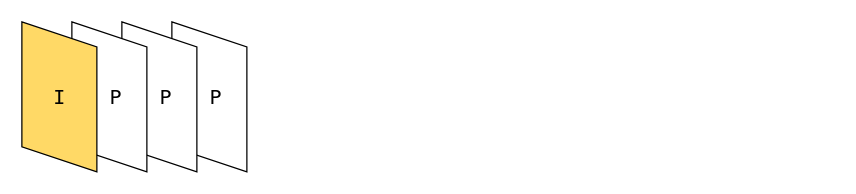
Above: XML/ISRDec.drawio in Joeyrr/draw.io (draw.io), before the change. Source tidied: cells renumbered, new cells numbered last; positions are measured from the earlier drawing's top-left corner, leaving out a move shared by most shapes. Both pictures are drawn from the tidied source at 125%, with x=0, y=0 at pixel (-16, 59).
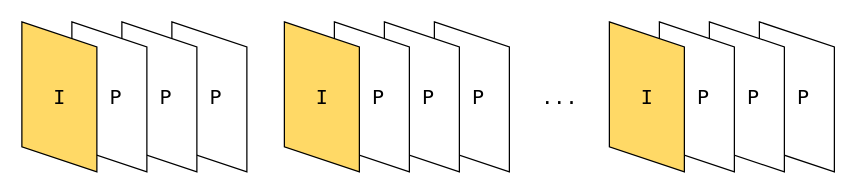
Above is the later version.

Diff of the diagram source:
```diff
@@
+    <mxCell id="10" style="shape=parallelogram;perimeter=parallelogramPerimeter;whiteSpace=wrap;html=1;fixedSize=1;rotation=90;" parent="1" vertex="1">
+      <mxGeometry x="330" width="120" height="60" as="geometry" />
+    </mxCell>
+    <mxCell id="11" style="shape=parallelogram;perimeter=parallelogramPerimeter;whiteSpace=wrap;html=1;fixedSize=1;rotation=90;" parent="1" vertex="1">
+      <mxGeometry x="290" width="120" height="60" as="geometry" />
+    </mxCell>
+    <mxCell id="12" style="shape=parallelogram;perimeter=parallelogramPerimeter;whiteSpace=wrap;html=1;fixedSize=1;rotation=90;" parent="1" vertex="1">
+      <mxGeometry x="250" width="120" height="60" as="geometry" />
+    </mxCell>
+    <mxCell id="13" style="shape=parallelogram;perimeter=parallelogramPerimeter;whiteSpace=wrap;html=1;fixedSize=1;rotation=90;fillColor=#FFD966;" parent="1" vertex="1">
+      <mxGeometry x="210" width="120" height="60" as="geometry" />
+    </mxCell>
+    <mxCell id="14" value="I" style="text;html=1;align=center;verticalAlign=middle;fillColor=none;strokeColor=none;rounded=0;fontFamily=Lucida Console;fontSize=16;" parent="1" vertex="1">
+      <mxGeometry x="255" y="20" width="30" height="20" as="geometry" />
+    </mxCell>
+    <mxCell id="15" value="P" style="text;html=1;align=center;verticalAlign=middle;fillColor=none;strokeColor=none;rounded=0;fontFamily=Lucida Console;fontSize=16;" parent="1" vertex="1">
+      <mxGeometry x="300" y="20" width="30" height="20" as="geometry" />
+    </mxCell>
+    <mxCell id="16" value="P" style="text;html=1;align=center;verticalAlign=middle;fillColor=none;strokeColor=none;rounded=0;fontFamily=Lucida Console;fontSize=16;" parent="1" vertex="1">
+      <mxGeometry x="340" y="20" width="30" height="20" as="geometry" />
+    </mxCell>
+    <mxCell id="17" value="P" style="text;html=1;align=center;verticalAlign=middle;fillColor=none;strokeColor=none;rounded=0;fontFamily=Lucida Console;fontSize=16;" parent="1" vertex="1">
+      <mxGeometry x="380" y="20" width="30" height="20" as="geometry" />
+    </mxCell>
+    <mxCell id="18" style="shape=parallelogram;perimeter=parallelogramPerimeter;whiteSpace=wrap;html=1;fixedSize=1;rotation=90;" parent="1" vertex="1">
+      <mxGeometry x="590" width="120" height="60" as="geometry" />
+    </mxCell>
+    <mxCell id="19" style="shape=parallelogram;perimeter=parallelogramPerimeter;whiteSpace=wrap;html=1;fixedSize=1;rotation=90;" parent="1" vertex="1">
+      <mxGeometry x="550" width="120" height="60" as="geometry" />
+    </mxCell>
+    <mxCell id="20" style="shape=parallelogram;perimeter=parallelogramPerimeter;whiteSpace=wrap;html=1;fixedSize=1;rotation=90;" parent="1" vertex="1">
+      <mxGeometry x="510" width="120" height="60" as="geometry" />
+    </mxCell>
+    <mxCell id="21" style="shape=parallelogram;perimeter=parallelogramPerimeter;whiteSpace=wrap;html=1;fixedSize=1;rotation=90;fillColor=#FFD966;" parent="1" vertex="1">
+      <mxGeometry x="470" width="120" height="60" as="geometry" />
+    </mxCell>
+    <mxCell id="22" value="I" style="text;html=1;align=center;verticalAlign=middle;fillColor=none;strokeColor=none;rounded=0;fontFamily=Lucida Console;fontSize=16;" parent="1" vertex="1">
+      <mxGeometry x="515" y="20" width="30" height="20" as="geometry" />
+    </mxCell>
+    <mxCell id="23" value="P" style="text;html=1;align=center;verticalAlign=middle;fillColor=none;strokeColor=none;rounded=0;fontFamily=Lucida Console;fontSize=16;" parent="1" vertex="1">
+      <mxGeometry x="560" y="20" width="30" height="20" as="geometry" />
+    </mxCell>
+    <mxCell id="24" value="P" style="text;html=1;align=center;verticalAlign=middle;fillColor=none;strokeColor=none;rounded=0;fontFamily=Lucida Console;fontSize=16;" parent="1" vertex="1">
+      <mxGeometry x="600" y="20" width="30" height="20" as="geometry" />
+    </mxCell>
+    <mxCell id="25" value="P" style="text;html=1;align=center;verticalAlign=middle;fillColor=none;strokeColor=none;rounded=0;fontFamily=Lucida Console;fontSize=16;" parent="1" vertex="1">
+      <mxGeometry x="640" y="20" width="30" height="20" as="geometry" />
+    </mxCell>
+    <mxCell id="26" value="..." style="text;html=1;align=center;verticalAlign=middle;fillColor=none;strokeColor=none;rounded=0;fontFamily=Lucida Console;fontSize=16;" parent="1" vertex="1">
+      <mxGeometry x="440" y="20" width="40" height="20" as="geometry" />
+    </mxCell>
```
